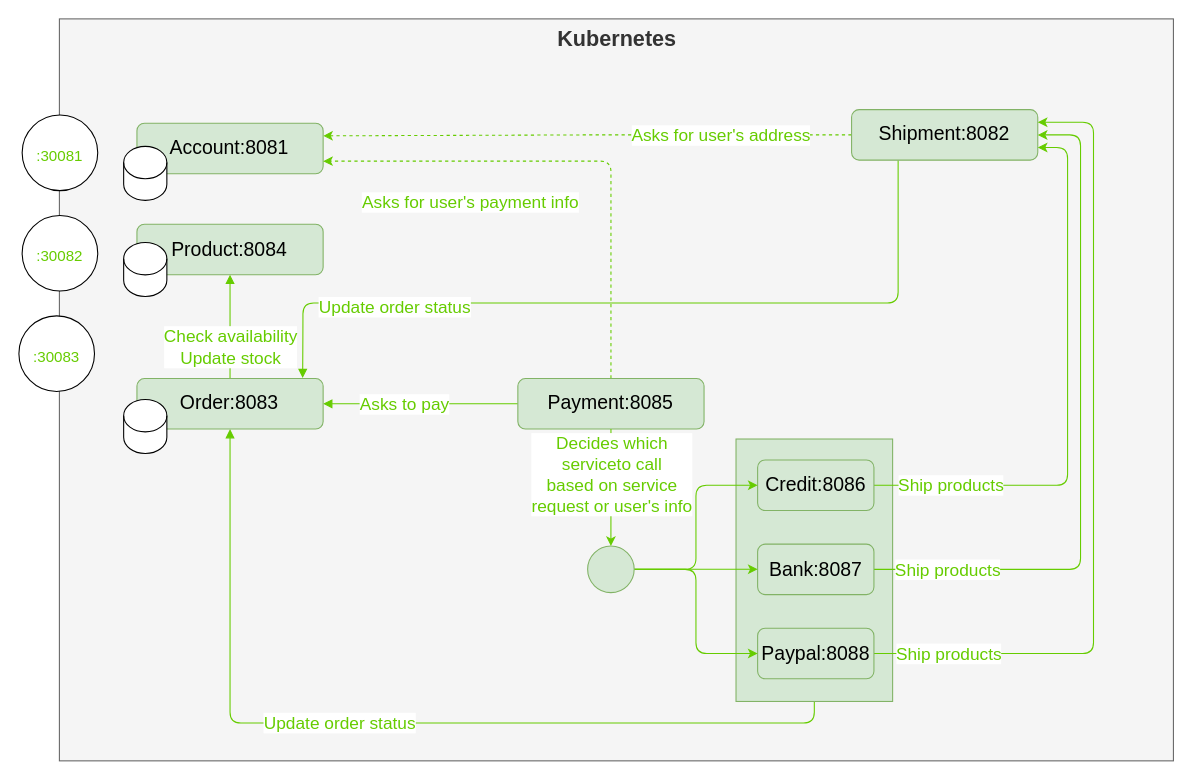
Earlier version of the draw.io diagram assignment.drawio (sainturb/miu-sa_rental-apartment). Source tidied: cells renumbered, new cells numbered last; positions are measured from the earlier drawing's top-left corner, leaving out a move shared by most shapes. Both pictures are drawn from the tidied source at 108%, with x=0, y=0 at pixel (18, 18).
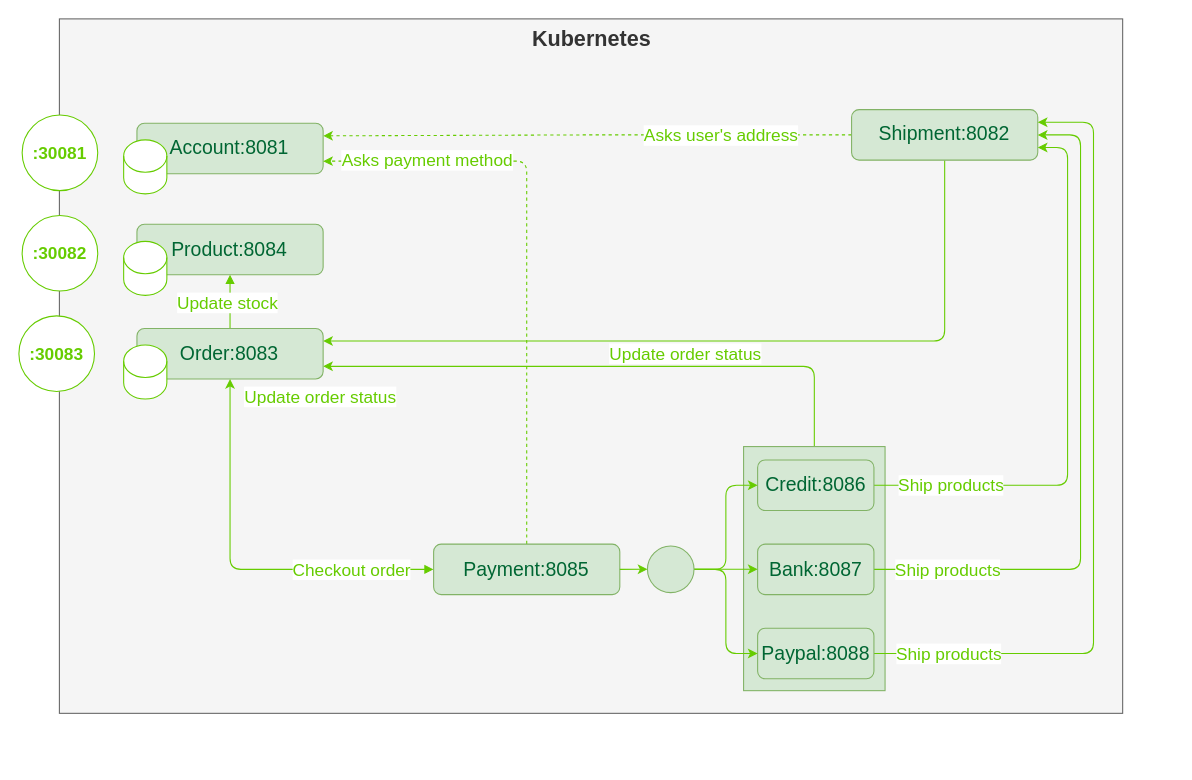
Above is the later version.

Unchanged cells that the change refers to:
```xml
<mxCell id="3" style="edgeStyle=orthogonalEdgeStyle;rounded=1;jettySize=auto;html=1;exitX=0;exitY=0.5;exitDx=0;exitDy=0;entryX=1;entryY=0.25;entryDx=0;entryDy=0;strokeColor=#66CC00;dashed=1;" parent="1" edge="1" source="10" target="17">
  <mxGeometry relative="1" as="geometry" />
</mxCell>
<mxCell id="21" style="edgeStyle=orthogonalEdgeStyle;rounded=1;jettySize=auto;html=1;exitX=0.5;exitY=0;exitDx=0;exitDy=0;entryX=0.5;entryY=1;entryDx=0;entryDy=0;strokeColor=#66CC00;fontSize=16;fontColor=#66CC00;startArrow=none;startFill=0;endArrow=block;endFill=1;" parent="1" edge="1" source="23" target="18">
  <mxGeometry relative="1" as="geometry" />
</mxCell>
<mxCell id="24" style="edgeStyle=orthogonalEdgeStyle;rounded=1;jettySize=auto;html=1;exitX=0.5;exitY=0;exitDx=0;exitDy=0;entryX=1;entryY=0.75;entryDx=0;entryDy=0;strokeColor=#66CC00;dashed=1;" parent="1" edge="1" source="26" target="17">
  <mxGeometry relative="1" as="geometry" />
</mxCell>
```

What changed in the source:
```diff
@@
     <mxCell id="2" value="Kubernetes" style="rounded=0;whiteSpace=wrap;html=1;fillColor=#f5f5f5;fontColor=#333333;strokeColor=#666666;verticalAlign=top;fontSize=20;fontStyle=1;" parent="1" vertex="1">
-      <mxGeometry x="37.5" width="1031.5" height="687" as="geometry" />
+      <mxGeometry x="37.5" width="984.5" height="643" as="geometry" />
     </mxCell>
@@
-    <mxCell id="4" value="Asks for user's address" style="edgeLabel;html=1;align=center;verticalAlign=middle;fontSize=16;fontColor=#66CC00;" parent="3" vertex="1">
+    <mxCell id="4" value="Asks user's address" style="edgeLabel;html=1;align=center;verticalAlign=middle;fontSize=16;fontColor=#66CC00;" parent="3" vertex="1">
       <mxGeometry x="-0.27" y="-3" relative="1" as="geometry">
         <mxPoint x="57" y="3" as="offset" />
       </mxGeometry>
     </mxCell>
-    <mxCell id="5" style="edgeStyle=orthogonalEdgeStyle;rounded=1;jettySize=auto;html=1;exitX=0.5;exitY=1;exitDx=0;exitDy=0;strokeColor=#66CC00;fontSize=16;fontColor=#66CC00;startArrow=none;startFill=0;endArrow=block;endFill=1;" parent="1" edge="1" source="7" target="23">
+    <mxCell id="5" style="edgeStyle=orthogonalEdgeStyle;rounded=1;jettySize=auto;html=1;exitX=0.5;exitY=0;exitDx=0;exitDy=0;entryX=1;entryY=0.75;entryDx=0;entryDy=0;strokeColor=#66CC00;" parent="1" edge="1" source="7" target="23">
       <mxGeometry relative="1" as="geometry" />
     </mxCell>
-    <mxCell id="6" value="Update order status" style="edgeLabel;html=1;align=center;verticalAlign=middle;fontSize=16;fontColor=#66CC00;" parent="5" vertex="1">
-      <mxGeometry x="-0.43" relative="1" as="geometry">
-        <mxPoint x="-223" y="-1" as="offset" />
-      </mxGeometry>
-    </mxCell>
     <mxCell id="7" style="rounded=0;whiteSpace=wrap;html=1;fontSize=16;fillColor=#d5e8d4;strokeColor=#82b366;" parent="1" vertex="1">
-      <mxGeometry x="664" y="389" width="145" height="243" as="geometry" />
+      <mxGeometry x="671" y="396" width="131" height="226" as="geometry" />
     </mxCell>
-    <mxCell id="8" style="edgeStyle=orthogonalEdgeStyle;rounded=1;jettySize=auto;html=1;exitX=0.25;exitY=1;exitDx=0;exitDy=0;strokeColor=#66CC00;fontSize=16;fontColor=#66CC00;startArrow=none;startFill=0;endArrow=block;endFill=1;entryX=0.89;entryY=-0.009;entryDx=0;entryDy=0;entryPerimeter=0;" parent="1" edge="1" source="10" target="23">
-      <mxGeometry relative="1" as="geometry">
-        <Array as="points">
-          <mxPoint x="814" y="263" />
-          <mxPoint x="263" y="263" />
-          <mxPoint x="263" y="283" />
-        </Array>
-      </mxGeometry>
+    <mxCell id="8" style="edgeStyle=orthogonalEdgeStyle;rounded=1;jettySize=auto;html=1;exitX=0.5;exitY=1;exitDx=0;exitDy=0;entryX=1;entryY=0.25;entryDx=0;entryDy=0;strokeColor=#66CC00;" parent="1" edge="1" source="10" target="23">
+      <mxGeometry relative="1" as="geometry" />
     </mxCell>
-    <mxCell id="9" value="Update order status" style="edgeLabel;html=1;align=center;verticalAlign=middle;fontSize=16;fontColor=#66CC00;" parent="8" vertex="1">
-      <mxGeometry x="0.68" y="-3" relative="1" as="geometry">
-        <mxPoint x="33" y="6" as="offset" />
-      </mxGeometry>
-    </mxCell>
+    <mxCell id="42" value="Update order status" style="edgeLabel;html=1;align=center;verticalAlign=middle;fontColor=#66CC00;fontSize=16;" parent="8" vertex="1">
+      <mxGeometry x="-0.06" relative="1" as="geometry">
+        <mxPoint x="-59" y="11" as="offset" />
+      </mxGeometry>
+    </mxCell>
-    <mxCell id="10" value="Shipment:8082" style="rounded=1;whiteSpace=wrap;html=1;fillColor=#d5e8d4;strokeColor=#82b366;fontSize=18;" parent="1" vertex="1">
+    <mxCell id="10" value="Shipment:8082" style="rounded=1;whiteSpace=wrap;html=1;fillColor=#d5e8d4;strokeColor=#82b366;fontSize=18;fontColor=#006633;fontStyle=0;" parent="1" vertex="1">
       <mxGeometry x="771" y="84" width="172.4" height="46.8" as="geometry" />
     </mxCell>
@@
-    <mxCell id="17" value="Account:8081" style="rounded=1;whiteSpace=wrap;html=1;fillColor=#d5e8d4;strokeColor=#82b366;fontSize=18;" parent="1" vertex="1">
+    <mxCell id="17" value="Account:8081" style="rounded=1;whiteSpace=wrap;html=1;fillColor=#d5e8d4;strokeColor=#82b366;fontSize=18;fontColor=#006633;fontStyle=0;" parent="1" vertex="1">
       <mxGeometry x="109.3" y="96.6" width="172.4" height="46.8" as="geometry" />
     </mxCell>
-    <mxCell id="18" value="Product:8084" style="rounded=1;whiteSpace=wrap;html=1;fillColor=#d5e8d4;strokeColor=#82b366;fontSize=18;" parent="1" vertex="1">
+    <mxCell id="18" value="Product:8084" style="rounded=1;whiteSpace=wrap;html=1;fillColor=#d5e8d4;strokeColor=#82b366;fontSize=18;fontColor=#006633;fontStyle=0;" parent="1" vertex="1">
       <mxGeometry x="109.3" y="190.1" width="172.4" height="46.8" as="geometry" />
     </mxCell>
-    <mxCell id="19" style="edgeStyle=orthogonalEdgeStyle;rounded=1;jettySize=auto;html=1;exitX=1;exitY=0.5;exitDx=0;exitDy=0;strokeColor=#66CC00;startArrow=block;startFill=1;entryX=0;entryY=0.5;entryDx=0;entryDy=0;endArrow=none;endFill=0;" parent="1" edge="1" source="23" target="26">
-      <mxGeometry relative="1" as="geometry" />
-    </mxCell>
-    <mxCell id="20" value="Asks to pay" style="edgeLabel;html=1;align=center;verticalAlign=middle;fontSize=16;fontColor=#66CC00;" parent="19" vertex="1">
-      <mxGeometry x="-0.17" relative="1" as="geometry" />
-    </mxCell>
@@
-    <mxCell id="22" value="Check availability&lt;br style=&quot;font-size: 16px;&quot;&gt;Update stock" style="edgeLabel;html=1;align=center;verticalAlign=middle;fontSize=16;fontColor=#66CC00;" parent="21" vertex="1">
-      <mxGeometry x="-0.19" relative="1" as="geometry">
-        <mxPoint y="9" as="offset" />
-      </mxGeometry>
-    </mxCell>
+    <mxCell id="43" value="Update stock" style="edgeLabel;html=1;align=center;verticalAlign=middle;fontSize=16;fontColor=#66CC00;" parent="21" vertex="1">
+      <mxGeometry x="0.02" y="-1" relative="1" as="geometry">
+        <mxPoint x="-4" y="1" as="offset" />
+      </mxGeometry>
+    </mxCell>
-    <mxCell id="23" value="Order:8083" style="rounded=1;whiteSpace=wrap;html=1;fillColor=#d5e8d4;strokeColor=#82b366;fontSize=18;" parent="1" vertex="1">
-      <mxGeometry x="109.3" y="333" width="172.4" height="46.8" as="geometry" />
+    <mxCell id="23" value="Order:8083" style="rounded=1;whiteSpace=wrap;html=1;fillColor=#d5e8d4;strokeColor=#82b366;fontSize=18;fontColor=#006633;fontStyle=0;" parent="1" vertex="1">
+      <mxGeometry x="109.3" y="286.6" width="172.4" height="46.8" as="geometry" />
     </mxCell>
@@
-    <mxCell id="25" value="Asks for user's payment info" style="edgeLabel;html=1;align=center;verticalAlign=middle;fontSize=16;fontColor=#66CC00;" parent="24" vertex="1">
-      <mxGeometry x="-0.69" y="3" relative="1" as="geometry">
-        <mxPoint x="-128" y="-91" as="offset" />
-      </mxGeometry>
-    </mxCell>
+    <mxCell id="44" value="Asks payment method" style="edgeLabel;html=1;align=center;verticalAlign=middle;fontSize=16;fontColor=#66CC00;" parent="24" vertex="1">
+      <mxGeometry x="0.87" y="-3" relative="1" as="geometry">
+        <mxPoint x="61" y="2" as="offset" />
+      </mxGeometry>
+    </mxCell>
+    <mxCell id="45" style="edgeStyle=orthogonalEdgeStyle;rounded=1;jettySize=auto;html=1;exitX=0;exitY=0.5;exitDx=0;exitDy=0;entryX=0.5;entryY=1;entryDx=0;entryDy=0;strokeColor=#66CC00;startArrow=block;startFill=1;" parent="1" edge="1" source="26" target="23">
+      <mxGeometry relative="1" as="geometry" />
+    </mxCell>
+    <mxCell id="46" value="Update order status" style="edgeLabel;html=1;align=center;verticalAlign=middle;fontSize=16;fontColor=#66CC00;" parent="45" vertex="1">
+      <mxGeometry x="-0.36" y="-1" relative="1" as="geometry">
+        <mxPoint x="11" y="-159" as="offset" />
+      </mxGeometry>
+    </mxCell>
+    <mxCell id="47" value="Checkout order" style="edgeLabel;html=1;align=center;verticalAlign=middle;fontSize=16;fontColor=#66CC00;" parent="45" vertex="1">
+      <mxGeometry x="-0.71" relative="1" as="geometry">
+        <mxPoint x="-24" as="offset" />
+      </mxGeometry>
+    </mxCell>
-    <mxCell id="26" value="Payment:8085" style="rounded=1;whiteSpace=wrap;html=1;fillColor=#d5e8d4;strokeColor=#82b366;fontSize=18;" parent="1" vertex="1">
-      <mxGeometry x="462" y="333" width="172.4" height="46.8" as="geometry" />
+    <mxCell id="26" value="Payment:8085" style="rounded=1;whiteSpace=wrap;html=1;fillColor=#d5e8d4;strokeColor=#82b366;fontSize=18;fontColor=#006633;fontStyle=0;" parent="1" vertex="1">
+      <mxGeometry x="384" y="486.3" width="172.4" height="46.8" as="geometry" />
     </mxCell>
-    <mxCell id="27" value="Credit:8086" style="rounded=1;whiteSpace=wrap;html=1;fillColor=#d5e8d4;strokeColor=#82b366;fontSize=18;" parent="1" vertex="1">
+    <mxCell id="27" value="Credit:8086" style="rounded=1;whiteSpace=wrap;html=1;fillColor=#d5e8d4;strokeColor=#82b366;fontSize=18;fontColor=#006633;fontStyle=0;" parent="1" vertex="1">
       <mxGeometry x="684" y="408.4" width="107.7" height="46.8" as="geometry" />
     </mxCell>
-    <mxCell id="28" value="Bank:8087" style="rounded=1;whiteSpace=wrap;html=1;fillColor=#d5e8d4;strokeColor=#82b366;fontSize=18;" parent="1" vertex="1">
+    <mxCell id="28" value="Bank:8087" style="rounded=1;whiteSpace=wrap;html=1;fillColor=#d5e8d4;strokeColor=#82b366;fontSize=18;fontColor=#006633;fontStyle=0;" parent="1" vertex="1">
       <mxGeometry x="684" y="486.3" width="107.7" height="46.8" as="geometry" />
     </mxCell>
-    <mxCell id="29" value="Paypal:8088" style="rounded=1;whiteSpace=wrap;html=1;fillColor=#d5e8d4;strokeColor=#82b366;fontSize=18;" parent="1" vertex="1">
+    <mxCell id="29" value="Paypal:8088" style="rounded=1;whiteSpace=wrap;html=1;fillColor=#d5e8d4;strokeColor=#82b366;fontSize=18;fontColor=#006633;fontStyle=0;" parent="1" vertex="1">
       <mxGeometry x="684" y="564.2" width="107.7" height="46.8" as="geometry" />
     </mxCell>
@@
     <mxCell id="33" style="ellipse;whiteSpace=wrap;html=1;fillColor=#d5e8d4;strokeColor=#82b366;" parent="1" vertex="1">
-      <mxGeometry x="526.6" y="488.1" width="43.1" height="43.1" as="geometry" />
+      <mxGeometry x="582" y="488.1" width="43.1" height="43.1" as="geometry" />
     </mxCell>
-    <mxCell id="34" style="edgeStyle=orthogonalEdgeStyle;rounded=1;jettySize=auto;html=1;exitX=0.5;exitY=1;exitDx=0;exitDy=0;strokeColor=#66CC00;" parent="1" edge="1" source="26" target="33">
+    <mxCell id="34" style="edgeStyle=orthogonalEdgeStyle;rounded=1;jettySize=auto;html=1;exitX=1;exitY=0.5;exitDx=0;exitDy=0;strokeColor=#66CC00;entryX=0;entryY=0.5;entryDx=0;entryDy=0;" parent="1" edge="1" source="26" target="33">
       <mxGeometry relative="1" as="geometry" />
     </mxCell>
-    <mxCell id="35" value="Decides which &lt;br&gt;serviceto call &lt;br&gt;based on service &lt;br&gt;request or user's info" style="edgeLabel;html=1;align=center;verticalAlign=middle;fontSize=16;fontColor=#66CC00;" parent="34" vertex="1">
-      <mxGeometry x="-0.41" y="1" relative="1" as="geometry">
-        <mxPoint x="-1" y="10" as="offset" />
-      </mxGeometry>
-    </mxCell>
-    <mxCell id="36" style="shape=cylinder3;whiteSpace=wrap;html=1;boundedLbl=1;backgroundOutline=1;size=15;" parent="1" vertex="1">
-      <mxGeometry x="97" y="118" width="40" height="50" as="geometry" />
+    <mxCell id="36" style="shape=cylinder3;whiteSpace=wrap;html=1;boundedLbl=1;backgroundOutline=1;size=15;strokeColor=#66CC00;" parent="1" vertex="1">
+      <mxGeometry x="97" y="112" width="40" height="50" as="geometry" />
     </mxCell>
-    <mxCell id="37" style="shape=cylinder3;whiteSpace=wrap;html=1;boundedLbl=1;backgroundOutline=1;size=15;" parent="1" vertex="1">
-      <mxGeometry x="97" y="207" width="40" height="50" as="geometry" />
+    <mxCell id="37" style="shape=cylinder3;whiteSpace=wrap;html=1;boundedLbl=1;backgroundOutline=1;size=15;strokeColor=#66CC00;" parent="1" vertex="1">
+      <mxGeometry x="97" y="206" width="40" height="50" as="geometry" />
     </mxCell>
-    <mxCell id="38" style="shape=cylinder3;whiteSpace=wrap;html=1;boundedLbl=1;backgroundOutline=1;size=15;" parent="1" vertex="1">
-      <mxGeometry x="97" y="352.4" width="40" height="50" as="geometry" />
+    <mxCell id="38" style="shape=cylinder3;whiteSpace=wrap;html=1;boundedLbl=1;backgroundOutline=1;size=15;strokeColor=#66CC00;" parent="1" vertex="1">
+      <mxGeometry x="97" y="302" width="40" height="50" as="geometry" />
     </mxCell>
-    <mxCell id="39" value="&lt;font style=&quot;font-size: 14px;&quot;&gt;:30081&lt;/font&gt;" style="ellipse;whiteSpace=wrap;html=1;fontSize=20;fontColor=#66CC00;" parent="1" vertex="1">
+    <mxCell id="39" value="&lt;font style=&quot;font-size: 16px;&quot;&gt;:30081&lt;/font&gt;" style="ellipse;whiteSpace=wrap;html=1;fontSize=16;fontColor=#66CC00;strokeColor=#66CC00;fontStyle=1;" parent="1" vertex="1">
       <mxGeometry x="3" y="89" width="70" height="70" as="geometry" />
     </mxCell>
-    <mxCell id="40" value="&lt;font style=&quot;font-size: 14px;&quot;&gt;:30082&lt;/font&gt;" style="ellipse;whiteSpace=wrap;html=1;fontSize=20;fontColor=#66CC00;" parent="1" vertex="1">
+    <mxCell id="40" value="&lt;font style=&quot;font-size: 16px;&quot;&gt;:30082&lt;/font&gt;" style="ellipse;whiteSpace=wrap;html=1;fontSize=16;fontColor=#66CC00;strokeColor=#66CC00;fontStyle=1;" parent="1" vertex="1">
       <mxGeometry x="3" y="182" width="70" height="70" as="geometry" />
     </mxCell>
-    <mxCell id="41" value="&lt;font style=&quot;font-size: 14px;&quot;&gt;:30083&lt;/font&gt;" style="ellipse;whiteSpace=wrap;html=1;fontSize=20;fontColor=#66CC00;" parent="1" vertex="1">
+    <mxCell id="41" value="&lt;font style=&quot;font-size: 16px;&quot;&gt;:30083&lt;/font&gt;" style="ellipse;whiteSpace=wrap;html=1;fontSize=16;fontColor=#66CC00;strokeColor=#66CC00;fontStyle=1;" parent="1" vertex="1">
       <mxGeometry y="275" width="70" height="70" as="geometry" />
     </mxCell>
```
